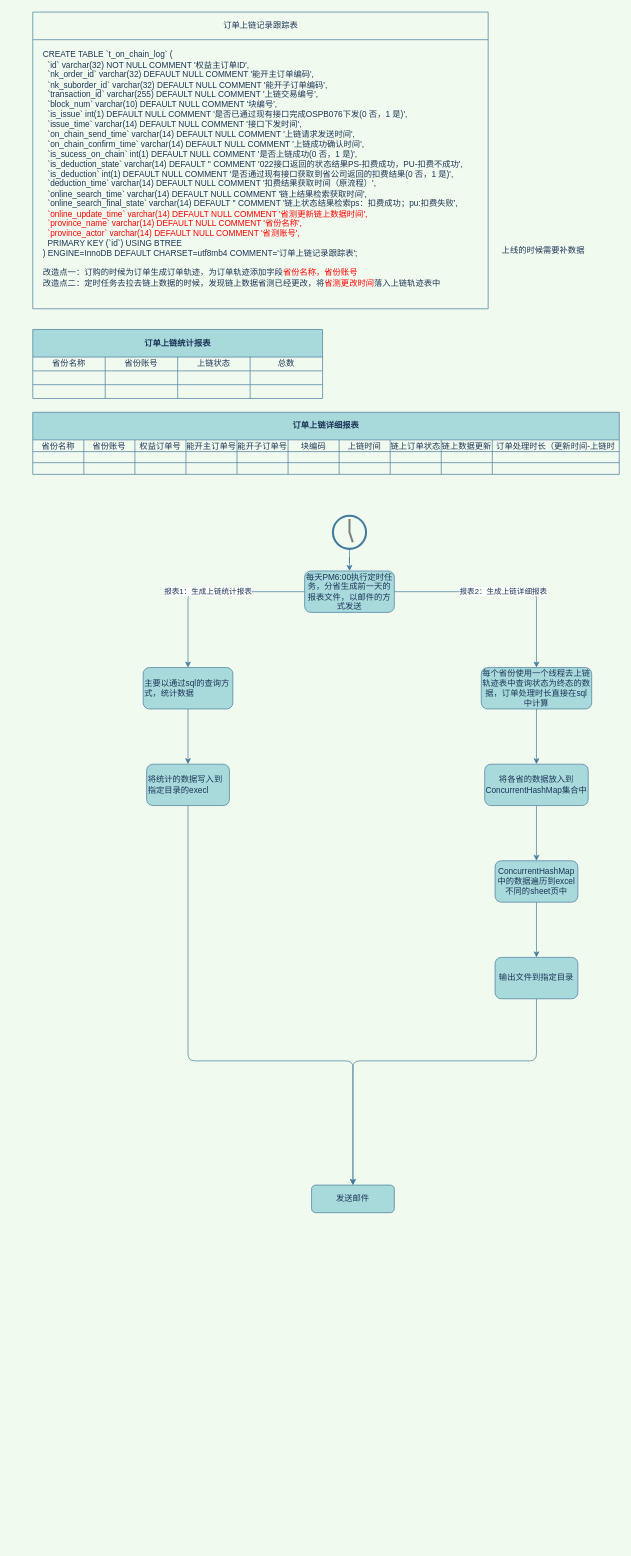
This is qkl-report.drawio from moshan123/draw, a draw.io file, before an edit. Source tidied: cells renumbered, new cells numbered last; positions are measured from the earlier drawing's top-left corner, leaving out a move shared by most shapes. Both pictures are drawn from the tidied source at 69%, with x=0, y=0 at pixel (32, 12).
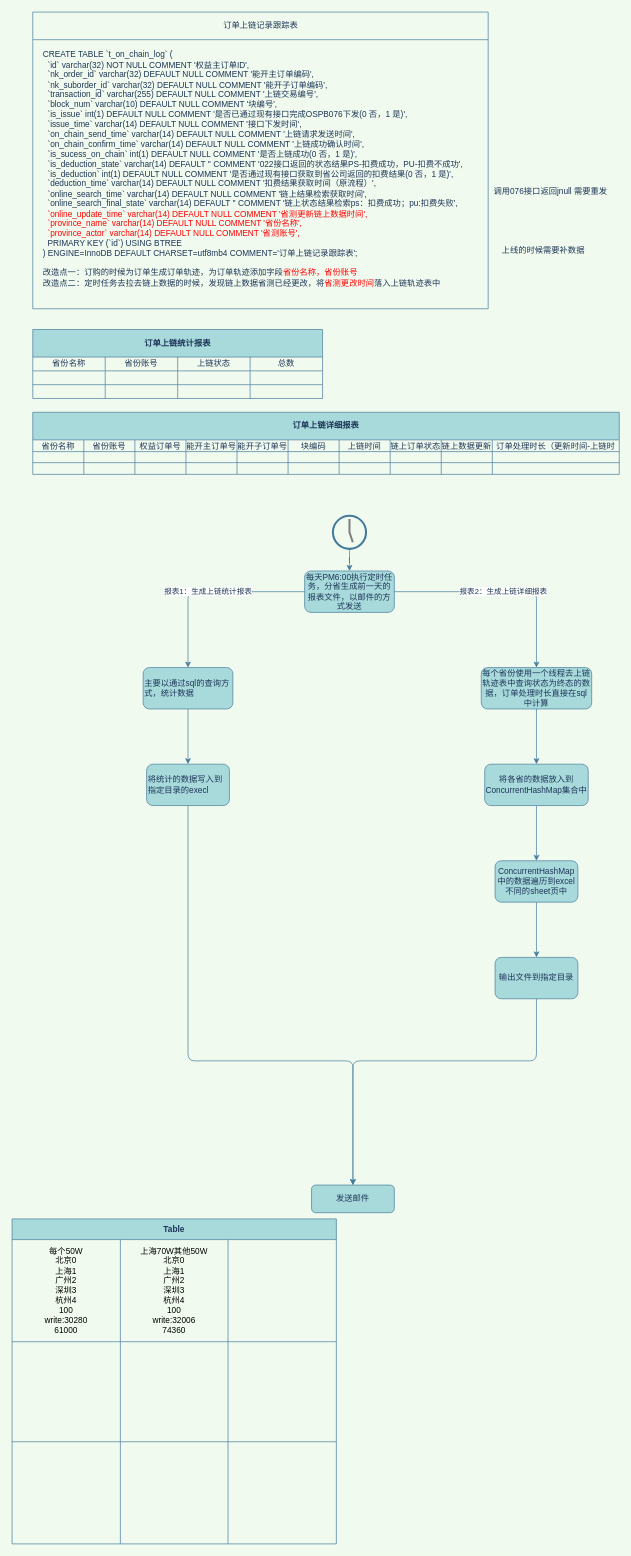
The same page after the edit.

The edit, as a diff of the source:
```diff
@@
+    <mxCell id="74" value="调用076接口返回jnull 需要重发" style="text;html=1;align=center;verticalAlign=middle;fontColor=#1D3557;" parent="1" vertex="1">
+      <mxGeometry x="660" y="250" width="180" height="20" as="geometry" />
+    </mxCell>
+    <mxCell id="75" value="Table" style="shape=table;html=1;whiteSpace=wrap;startSize=30;childLayout=tableLayout;fontStyle=1;align=center;rounded=0;sketch=0;strokeColor=#457B9D;fillColor=#A8DADC;fontColor=#1D3557;" parent="1" vertex="1">
+      <mxGeometry x="-30" y="1749" width="470" height="471" as="geometry" />
+    </mxCell>
+    <mxCell id="76" style="shape=partialRectangle;html=1;whiteSpace=wrap;fillColor=none;top=0;left=0;bottom=0;right=0;" parent="75" vertex="1">
+      <mxGeometry y="30" width="470" height="148" as="geometry" />
+    </mxCell>
+    <mxCell id="77" value="&lt;div&gt;每个50W&lt;/div&gt;&lt;div&gt;北京0&lt;/div&gt;&lt;div&gt;上海1&lt;/div&gt;&lt;div&gt;广州2&lt;/div&gt;&lt;div&gt;深圳3&lt;/div&gt;&lt;div&gt;杭州4&lt;/div&gt;&lt;div&gt;100&lt;/div&gt;&lt;div&gt;write:30280&lt;/div&gt;&lt;div&gt;61000&lt;/div&gt;" style="shape=partialRectangle;html=1;whiteSpace=wrap;fillColor=none;top=0;left=0;bottom=0;right=0;overflow=hidden;" parent="76" vertex="1">
+      <mxGeometry width="157" height="148" as="geometry" />
+    </mxCell>
+    <mxCell id="78" value="&lt;div&gt;上海70W其他50W&lt;/div&gt;&lt;div&gt;北京0&lt;/div&gt;&lt;div&gt;上海1&lt;/div&gt;&lt;div&gt;广州2&lt;/div&gt;&lt;div&gt;深圳3&lt;/div&gt;&lt;div&gt;杭州4&lt;/div&gt;&lt;div&gt;100&lt;/div&gt;&lt;div&gt;write:32006&lt;/div&gt;&lt;div&gt;74360&lt;/div&gt;" style="shape=partialRectangle;html=1;whiteSpace=wrap;fillColor=none;top=0;left=0;bottom=0;right=0;overflow=hidden;" parent="76" vertex="1">
+      <mxGeometry x="157" width="156" height="148" as="geometry" />
+    </mxCell>
+    <mxCell id="79" style="shape=partialRectangle;html=1;whiteSpace=wrap;fillColor=none;top=0;left=0;bottom=0;right=0;overflow=hidden;" parent="76" vertex="1">
+      <mxGeometry x="313" width="157" height="148" as="geometry" />
+    </mxCell>
+    <mxCell id="80" style="shape=partialRectangle;html=1;whiteSpace=wrap;fillColor=none;top=0;left=0;bottom=0;right=0;" parent="75" vertex="1">
+      <mxGeometry y="178" width="470" height="145" as="geometry" />
+    </mxCell>
+    <mxCell id="81" style="shape=partialRectangle;html=1;whiteSpace=wrap;fillColor=none;top=0;left=0;bottom=0;right=0;overflow=hidden;" parent="80" vertex="1">
+      <mxGeometry width="157" height="145" as="geometry" />
+    </mxCell>
+    <mxCell id="82" style="shape=partialRectangle;html=1;whiteSpace=wrap;fillColor=none;top=0;left=0;bottom=0;right=0;overflow=hidden;" parent="80" vertex="1">
+      <mxGeometry x="157" width="156" height="145" as="geometry" />
+    </mxCell>
+    <mxCell id="83" style="shape=partialRectangle;html=1;whiteSpace=wrap;fillColor=none;top=0;left=0;bottom=0;right=0;overflow=hidden;" parent="80" vertex="1">
+      <mxGeometry x="313" width="157" height="145" as="geometry" />
+    </mxCell>
+    <mxCell id="84" style="shape=partialRectangle;html=1;whiteSpace=wrap;fillColor=none;top=0;left=0;bottom=0;right=0;" parent="75" vertex="1">
+      <mxGeometry y="323" width="470" height="148" as="geometry" />
+    </mxCell>
+    <mxCell id="85" style="shape=partialRectangle;html=1;whiteSpace=wrap;fillColor=none;top=0;left=0;bottom=0;right=0;overflow=hidden;" parent="84" vertex="1">
+      <mxGeometry width="157" height="148" as="geometry" />
+    </mxCell>
+    <mxCell id="86" style="shape=partialRectangle;html=1;whiteSpace=wrap;fillColor=none;top=0;left=0;bottom=0;right=0;overflow=hidden;" parent="84" vertex="1">
+      <mxGeometry x="157" width="156" height="148" as="geometry" />
+    </mxCell>
+    <mxCell id="87" style="shape=partialRectangle;html=1;whiteSpace=wrap;fillColor=none;top=0;left=0;bottom=0;right=0;overflow=hidden;" parent="84" vertex="1">
+      <mxGeometry x="313" width="157" height="148" as="geometry" />
+    </mxCell>
```
